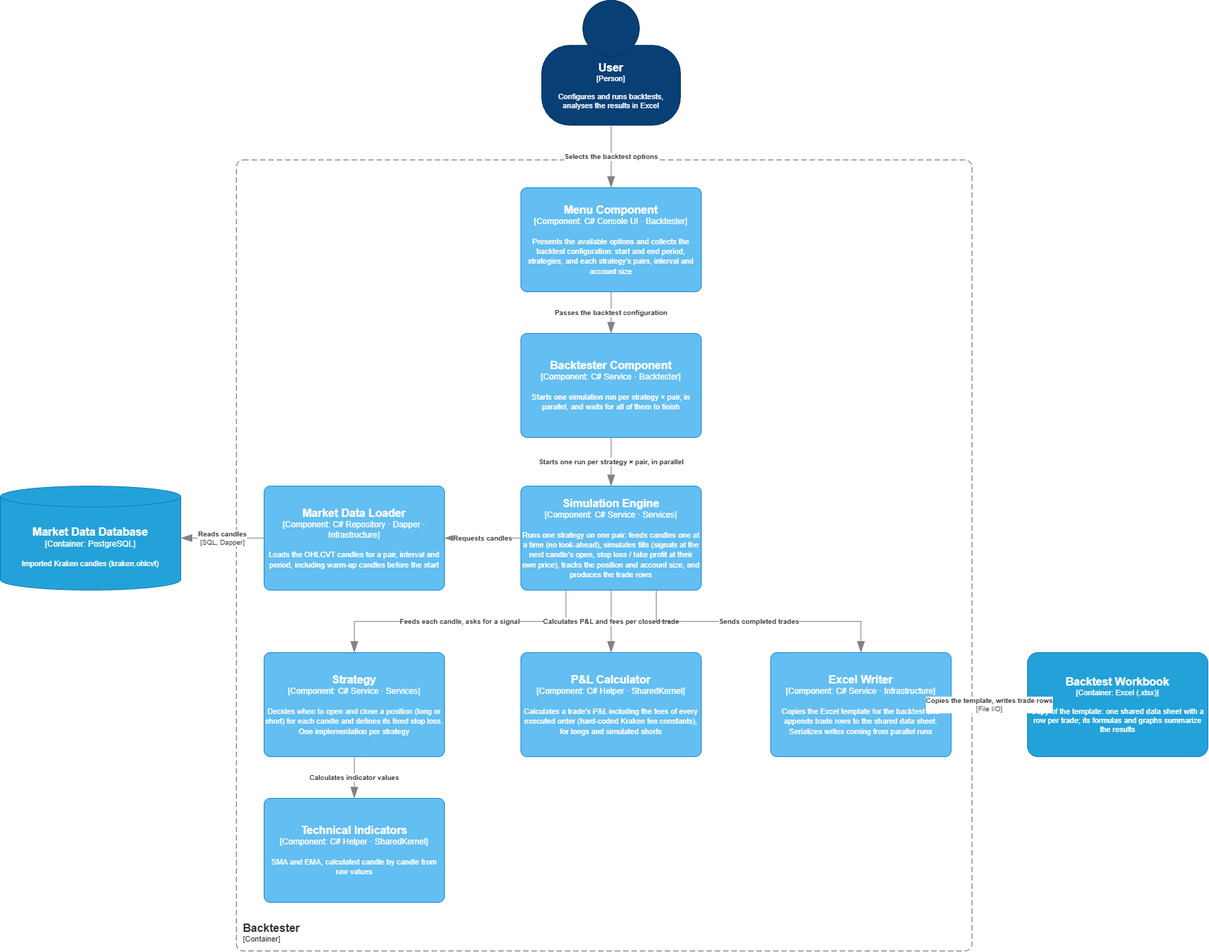
Before: docs/images/tradeR_c4_components_backtester.png, a diagram exported from draw.io (boris264/TradeR). Source tidied: cells renumbered, new cells last; positions are measured from the earlier drawing's top-left corner, leaving out a move shared by most shapes.
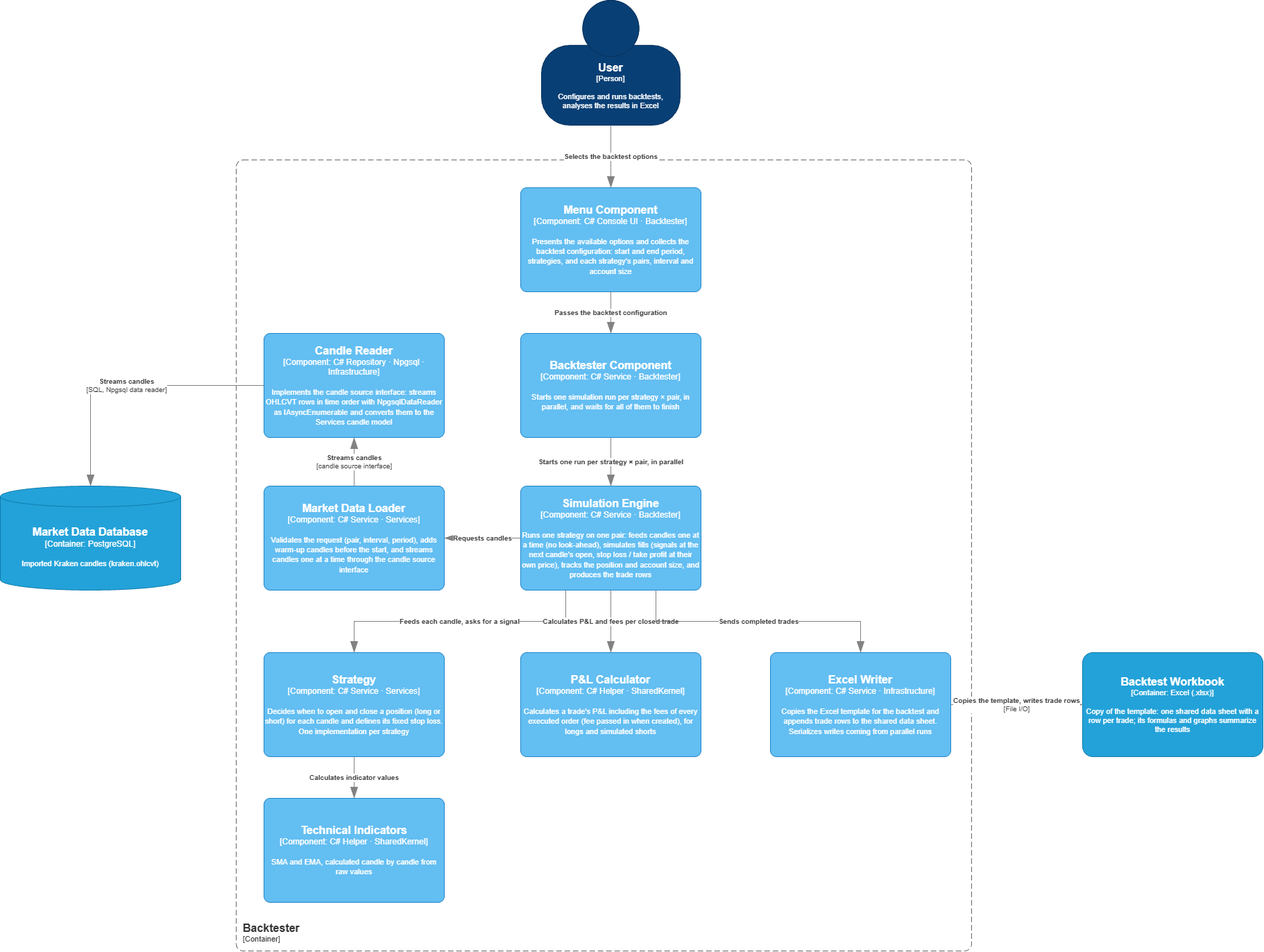
After the change.

Commit message:
Document streamed candles and layering for the Backtester

The edit, as a diff of the source:
```diff
@@ -22,16 +22,21 @@
         <mxGeometry x="750" y="480" width="260" height="150" as="geometry" />
       </mxCell>
     </object>
-    <object id="6" label="&lt;font style=&quot;font-size: 16px&quot;&gt;&lt;b&gt;%c4Name%&lt;/b&gt;&lt;/font&gt;&lt;div&gt;[%c4Type%: %c4Technology%]&lt;/div&gt;&lt;br&gt;&lt;div&gt;&lt;font style=&quot;font-size: 11px&quot;&gt;%c4Description%&lt;/font&gt;&lt;/div&gt;" c4Description="Runs one strategy on one pair: feeds candles one at a time (no look-ahead), simulates fills (signals at the next candle's open, stop loss / take profit at their own price), tracks the position and account size, and produces the trade rows" c4Name="Simulation Engine" c4Technology="C# Service · Services" c4Type="Component" placeholders="1">
+    <object id="6" label="&lt;font style=&quot;font-size: 16px&quot;&gt;&lt;b&gt;%c4Name%&lt;/b&gt;&lt;/font&gt;&lt;div&gt;[%c4Type%: %c4Technology%]&lt;/div&gt;&lt;br&gt;&lt;div&gt;&lt;font style=&quot;font-size: 11px&quot;&gt;%c4Description%&lt;/font&gt;&lt;/div&gt;" c4Description="Runs one strategy on one pair: feeds candles one at a time (no look-ahead), simulates fills (signals at the next candle's open, stop loss / take profit at their own price), tracks the position and account size, and produces the trade rows" c4Name="Simulation Engine" c4Technology="C# Service · Backtester" c4Type="Component" placeholders="1">
       <mxCell style="rounded=1;whiteSpace=wrap;html=1;labelBackgroundColor=none;fillColor=#63BEF2;fontColor=#ffffff;align=center;arcSize=6;strokeColor=#2086C9;points=[[0.25,0,0],[0.5,0,0],[0.75,0,0],[1,0.25,0],[1,0.5,0],[1,0.75,0],[0.75,1,0],[0.5,1,0],[0.25,1,0],[0,0.75,0],[0,0.5,0],[0,0.25,0]];" parent="1" vertex="1">
         <mxGeometry x="750" y="700" width="260" height="150" as="geometry" />
       </mxCell>
     </object>
-    <object id="7" label="&lt;font style=&quot;font-size: 16px&quot;&gt;&lt;b&gt;%c4Name%&lt;/b&gt;&lt;/font&gt;&lt;div&gt;[%c4Type%: %c4Technology%]&lt;/div&gt;&lt;br&gt;&lt;div&gt;&lt;font style=&quot;font-size: 11px&quot;&gt;%c4Description%&lt;/font&gt;&lt;/div&gt;" c4Description="Loads the OHLCVT candles for a pair, interval and period, including warm-up candles before the start" c4Name="Market Data Loader" c4Technology="C# Repository · Dapper · Infrastructure" c4Type="Component" placeholders="1">
+    <object id="7" label="&lt;font style=&quot;font-size: 16px&quot;&gt;&lt;b&gt;%c4Name%&lt;/b&gt;&lt;/font&gt;&lt;div&gt;[%c4Type%: %c4Technology%]&lt;/div&gt;&lt;br&gt;&lt;div&gt;&lt;font style=&quot;font-size: 11px&quot;&gt;%c4Description%&lt;/font&gt;&lt;/div&gt;" c4Description="Validates the request (pair, interval, period), adds warm-up candles before the start, and streams candles one at a time through the candle source interface" c4Name="Market Data Loader" c4Technology="C# Service · Services" c4Type="Component" placeholders="1">
       <mxCell style="rounded=1;whiteSpace=wrap;html=1;labelBackgroundColor=none;fillColor=#63BEF2;fontColor=#ffffff;align=center;arcSize=6;strokeColor=#2086C9;points=[[0.25,0,0],[0.5,0,0],[0.75,0,0],[1,0.25,0],[1,0.5,0],[1,0.75,0],[0.75,1,0],[0.5,1,0],[0.25,1,0],[0,0.75,0],[0,0.5,0],[0,0.25,0]];" parent="1" vertex="1">
         <mxGeometry x="380" y="700" width="260" height="150" as="geometry" />
       </mxCell>
     </object>
+    <object id="24" label="&lt;font style=&quot;font-size: 16px&quot;&gt;&lt;b&gt;%c4Name%&lt;/b&gt;&lt;/font&gt;&lt;div&gt;[%c4Type%: %c4Technology%]&lt;/div&gt;&lt;br&gt;&lt;div&gt;&lt;font style=&quot;font-size: 11px&quot;&gt;%c4Description%&lt;/font&gt;&lt;/div&gt;" c4Description="Implements the candle source interface: streams OHLCVT rows in time order with NpgsqlDataReader as IAsyncEnumerable and converts them to the Services candle model" c4Name="Candle Reader" c4Technology="C# Repository · Npgsql · Infrastructure" c4Type="Component" placeholders="1">
+      <mxCell style="rounded=1;whiteSpace=wrap;html=1;labelBackgroundColor=none;fillColor=#63BEF2;fontColor=#ffffff;align=center;arcSize=6;strokeColor=#2086C9;points=[[0.25,0,0],[0.5,0,0],[0.75,0,0],[1,0.25,0],[1,0.5,0],[1,0.75,0],[0.75,1,0],[0.5,1,0],[0.25,1,0],[0,0.75,0],[0,0.5,0],[0,0.25,0]];" parent="1" vertex="1">
+        <mxGeometry x="380" y="480" width="260" height="150" as="geometry" />
+      </mxCell>
+    </object>
     <object id="8" label="&lt;font style=&quot;font-size: 16px&quot;&gt;&lt;b&gt;%c4Name%&lt;/b&gt;&lt;/font&gt;&lt;div&gt;[%c4Type%: %c4Technology%]&lt;/div&gt;&lt;br&gt;&lt;div&gt;&lt;font style=&quot;font-size: 11px&quot;&gt;%c4Description%&lt;/font&gt;&lt;/div&gt;" c4Description="Decides when to open and close a position (long or short) for each candle and defines its fixed stop loss. One implementation per strategy" c4Name="Strategy" c4Technology="C# Service · Services" c4Type="Component" placeholders="1">
       <mxCell style="rounded=1;whiteSpace=wrap;html=1;labelBackgroundColor=none;fillColor=#63BEF2;fontColor=#ffffff;align=center;arcSize=6;strokeColor=#2086C9;points=[[0.25,0,0],[0.5,0,0],[0.75,0,0],[1,0.25,0],[1,0.5,0],[1,0.75,0],[0.75,1,0],[0.5,1,0],[0.25,1,0],[0,0.75,0],[0,0.5,0],[0,0.25,0]];" parent="1" vertex="1">
         <mxGeometry x="380" y="940" width="260" height="150" as="geometry" />
@@ -42,7 +47,7 @@
         <mxGeometry x="380" y="1150" width="260" height="150" as="geometry" />
       </mxCell>
     </object>
-    <object id="10" label="&lt;font style=&quot;font-size: 16px&quot;&gt;&lt;b&gt;%c4Name%&lt;/b&gt;&lt;/font&gt;&lt;div&gt;[%c4Type%: %c4Technology%]&lt;/div&gt;&lt;br&gt;&lt;div&gt;&lt;font style=&quot;font-size: 11px&quot;&gt;%c4Description%&lt;/font&gt;&lt;/div&gt;" c4Description="Calculates a trade's P&amp;L including the fees of every executed order (hard-coded Kraken fee constants), for longs and simulated shorts" c4Name="P&amp;L Calculator" c4Technology="C# Helper · SharedKernel" c4Type="Component" placeholders="1">
+    <object id="10" label="&lt;font style=&quot;font-size: 16px&quot;&gt;&lt;b&gt;%c4Name%&lt;/b&gt;&lt;/font&gt;&lt;div&gt;[%c4Type%: %c4Technology%]&lt;/div&gt;&lt;br&gt;&lt;div&gt;&lt;font style=&quot;font-size: 11px&quot;&gt;%c4Description%&lt;/font&gt;&lt;/div&gt;" c4Description="Calculates a trade's P&amp;L including the fees of every executed order (fee passed in when created), for longs and simulated shorts" c4Name="P&amp;L Calculator" c4Technology="C# Helper · SharedKernel" c4Type="Component" placeholders="1">
       <mxCell style="rounded=1;whiteSpace=wrap;html=1;labelBackgroundColor=none;fillColor=#63BEF2;fontColor=#ffffff;align=center;arcSize=6;strokeColor=#2086C9;points=[[0.25,0,0],[0.5,0,0],[0.75,0,0],[1,0.25,0],[1,0.5,0],[1,0.75,0],[0.75,1,0],[0.5,1,0],[0.25,1,0],[0,0.75,0],[0,0.5,0],[0,0.25,0]];" parent="1" vertex="1">
         <mxGeometry x="750" y="940" width="260" height="150" as="geometry" />
       </mxCell>
@@ -59,7 +64,7 @@
     </object>
     <object id="13" label="&lt;font style=&quot;font-size: 16px&quot;&gt;&lt;b&gt;%c4Name%&lt;/b&gt;&lt;/font&gt;&lt;div&gt;[%c4Type%: %c4Technology%]&lt;/div&gt;&lt;br&gt;&lt;div&gt;&lt;font style=&quot;font-size: 11px&quot;&gt;%c4Description%&lt;/font&gt;&lt;/div&gt;" c4Description="Copy of the template: one shared data sheet with a row per trade; its formulas and graphs summarize the results" c4Name="Backtest Workbook" c4Technology="Excel (.xlsx)" c4Type="Container" placeholders="1">
       <mxCell style="rounded=1;whiteSpace=wrap;html=1;fontSize=11;labelBackgroundColor=none;fillColor=#23A2D9;fontColor=#ffffff;align=center;arcSize=10;strokeColor=#0E7DAD;points=[[0.25,0,0],[0.5,0,0],[0.75,0,0],[1,0.25,0],[1,0.5,0],[1,0.75,0],[0.75,1,0],[0.5,1,0],[0.25,1,0],[0,0.75,0],[0,0.5,0],[0,0.25,0]];" parent="1" vertex="1">
-        <mxGeometry x="1480" y="940" width="260" height="150" as="geometry" />
+        <mxGeometry x="1560" y="940" width="260" height="150" as="geometry" />
       </mxCell>
     </object>
     <object id="14" label="&lt;div style=&quot;text-align: center&quot;&gt;&lt;b&gt;%c4Description%&lt;/b&gt;&lt;/div&gt;" c4Description="Selects the backtest options" c4Type="Relationship" placeholders="1">
@@ -82,11 +87,16 @@
         <mxGeometry relative="1" as="geometry" />
       </mxCell>
     </object>
-    <object id="18" label="&lt;div style=&quot;text-align: center&quot;&gt;&lt;b&gt;%c4Description%&lt;/b&gt;&lt;/div&gt;&lt;div style=&quot;text-align: center&quot;&gt;[%c4Technology%]&lt;/div&gt;" c4Description="Reads candles" c4Technology="SQL, Dapper" c4Type="Relationship" placeholders="1">
-      <mxCell style="endArrow=blockThin;html=1;fontSize=10;fontColor=#404040;strokeWidth=1;endFill=1;strokeColor=#828282;elbow=vertical;endSize=14;startSize=14;jumpStyle=arc;jumpSize=16;rounded=0;edgeStyle=orthogonalEdgeStyle;exitX=0;exitY=0.5;exitDx=0;exitDy=0;entryX=1;entryY=0.5;entryDx=0;entryDy=0;" parent="1" edge="1" source="7" target="12">
-        <mxGeometry relative="1" as="geometry" />
-      </mxCell>
-    </object>
+    <object id="25" label="&lt;div style=&quot;text-align: center&quot;&gt;&lt;b&gt;%c4Description%&lt;/b&gt;&lt;/div&gt;&lt;div style=&quot;text-align: center&quot;&gt;[%c4Technology%]&lt;/div&gt;" c4Description="Streams candles" c4Technology="candle source interface" c4Type="Relationship" placeholders="1">
+      <mxCell style="endArrow=blockThin;html=1;fontSize=10;fontColor=#404040;strokeWidth=1;endFill=1;strokeColor=#828282;elbow=vertical;endSize=14;startSize=14;jumpStyle=arc;jumpSize=16;rounded=0;edgeStyle=orthogonalEdgeStyle;exitX=0.5;exitY=0;exitDx=0;exitDy=0;entryX=0.5;entryY=1;entryDx=0;entryDy=0;" parent="1" edge="1" source="7" target="24">
+        <mxGeometry relative="1" as="geometry" />
+      </mxCell>
+    </object>
+    <object id="26" label="&lt;div style=&quot;text-align: center&quot;&gt;&lt;b&gt;%c4Description%&lt;/b&gt;&lt;/div&gt;&lt;div style=&quot;text-align: center&quot;&gt;[%c4Technology%]&lt;/div&gt;" c4Description="Streams candles" c4Technology="SQL, Npgsql data reader" c4Type="Relationship" placeholders="1">
+      <mxCell style="endArrow=blockThin;html=1;fontSize=10;fontColor=#404040;strokeWidth=1;endFill=1;strokeColor=#828282;elbow=vertical;endSize=14;startSize=14;jumpStyle=arc;jumpSize=16;rounded=0;edgeStyle=orthogonalEdgeStyle;exitX=0;exitY=0.5;exitDx=0;exitDy=0;entryX=0.5;entryY=0;entryDx=0;entryDy=0;" parent="1" edge="1" source="24" target="12">
+        <mxGeometry relative="1" as="geometry" />
+      </mxCell>
+    </object>
     <object id="19" label="&lt;div style=&quot;text-align: center&quot;&gt;&lt;b&gt;%c4Description%&lt;/b&gt;&lt;/div&gt;" c4Description="Feeds each candle, asks for a signal" c4Type="Relationship" placeholders="1">
       <mxCell style="endArrow=blockThin;html=1;fontSize=10;fontColor=#404040;strokeWidth=1;endFill=1;strokeColor=#828282;elbow=vertical;endSize=14;startSize=14;jumpStyle=arc;jumpSize=16;rounded=0;edgeStyle=orthogonalEdgeStyle;exitX=0.25;exitY=1;exitDx=0;exitDy=0;entryX=0.5;entryY=0;entryDx=0;entryDy=0;" parent="1" edge="1" source="6" target="8">
         <mxGeometry relative="1" as="geometry" />
```
